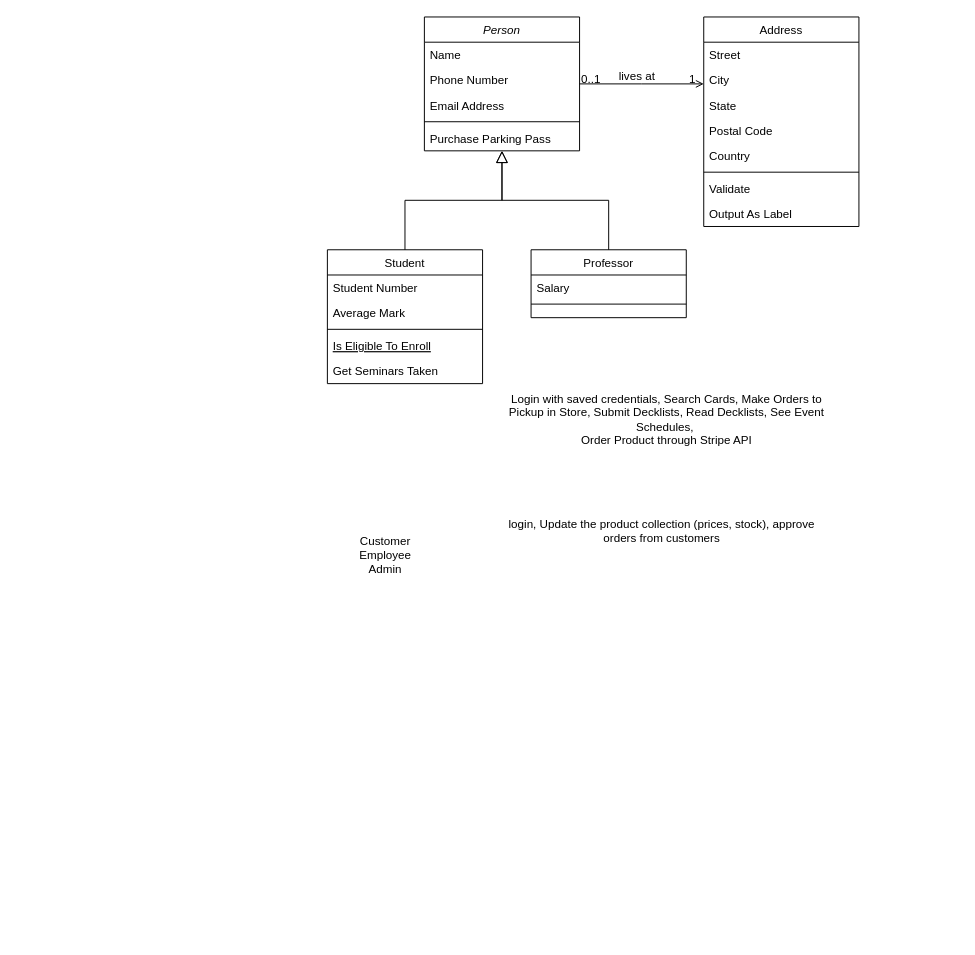
Above: web-api/Untitled Diagram.drawio in rj13371/mtg-web-store (draw.io), before the change. Source tidied: cells renumbered, new cells numbered last; positions are measured from the earlier drawing's top-left corner, leaving out a move shared by most shapes. Both pictures are drawn from the tidied source at 97%, with x=0, y=0 at pixel (307, 16).
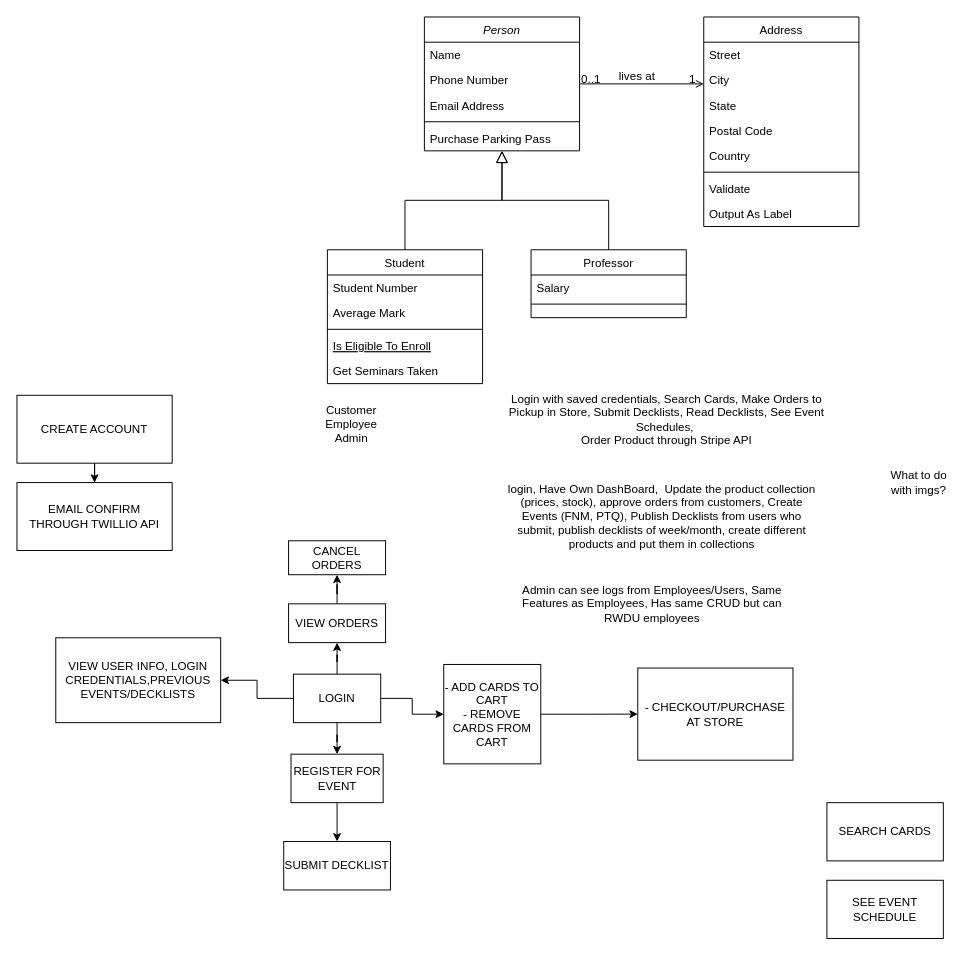
After the change.

The edit, as a diff of the source:
```diff
@@
     <mxCell id="32" value="Customer&lt;br&gt;Employee&lt;br&gt;Admin" style="text;html=1;strokeColor=none;fillColor=none;align=center;verticalAlign=middle;whiteSpace=wrap;rounded=0;" parent="1" vertex="1">
-      <mxGeometry y="480" width="160" height="150" as="geometry" />
+      <mxGeometry x="-10" y="390" width="110" height="60" as="geometry" />
     </mxCell>
@@
-    <mxCell id="34" value="login, Update the product collection (prices, stock), approve orders from customers" style="text;html=1;strokeColor=none;fillColor=none;align=center;verticalAlign=middle;whiteSpace=wrap;rounded=0;" parent="1" vertex="1">
-      <mxGeometry x="200" y="480" width="330" height="100" as="geometry" />
+    <mxCell id="34" value="login, Have Own DashBoard,&amp;nbsp; Update the product collection (prices, stock), approve orders from customers, Create Events (FNM, PTQ), Publish Decklists from users who submit, publish decklists of week/month, create different products and put them in collections" style="text;html=1;strokeColor=none;fillColor=none;align=center;verticalAlign=middle;whiteSpace=wrap;rounded=0;" parent="1" vertex="1">
+      <mxGeometry x="200" y="465" width="330" height="100" as="geometry" />
     </mxCell>
+    <mxCell id="35" value="What to do with imgs?" style="text;html=1;strokeColor=none;fillColor=none;align=center;verticalAlign=middle;whiteSpace=wrap;rounded=0;" parent="1" vertex="1">
+      <mxGeometry x="590" y="440" width="80" height="80" as="geometry" />
+    </mxCell>
+    <mxCell id="36" value="Admin can see logs from Employees/Users, Same Features as Employees, Has same CRUD but can RWDU employees" style="text;html=1;strokeColor=none;fillColor=none;align=center;verticalAlign=middle;whiteSpace=wrap;rounded=0;" parent="1" vertex="1">
+      <mxGeometry x="220" y="565" width="270" height="80" as="geometry" />
+    </mxCell>
+    <mxCell id="37" style="edgeStyle=orthogonalEdgeStyle;rounded=0;jettySize=auto;html=1;" parent="1" edge="1" source="41" target="45">
+      <mxGeometry relative="1" as="geometry" />
+    </mxCell>
+    <mxCell id="38" style="edgeStyle=orthogonalEdgeStyle;rounded=0;jettySize=auto;html=1;" parent="1" edge="1" source="41" target="48">
+      <mxGeometry relative="1" as="geometry" />
+    </mxCell>
+    <mxCell id="39" style="edgeStyle=orthogonalEdgeStyle;rounded=0;jettySize=auto;html=1;" parent="1" edge="1" source="41" target="51">
+      <mxGeometry relative="1" as="geometry" />
+    </mxCell>
+    <mxCell id="40" style="edgeStyle=orthogonalEdgeStyle;rounded=0;jettySize=auto;html=1;" parent="1" edge="1" source="41" target="53">
+      <mxGeometry relative="1" as="geometry" />
+    </mxCell>
+    <mxCell id="41" value="LOGIN" style="rounded=0;whiteSpace=wrap;html=1;direction=west;" parent="1" vertex="1">
+      <mxGeometry x="-15" y="677.5" width="90" height="50" as="geometry" />
+    </mxCell>
+    <mxCell id="42" value="SEARCH CARDS" style="rounded=0;whiteSpace=wrap;html=1;" parent="1" vertex="1">
+      <mxGeometry x="535" y="810" width="120" height="60" as="geometry" />
+    </mxCell>
+    <mxCell id="43" value="SEE EVENT SCHEDULE" style="rounded=0;whiteSpace=wrap;html=1;" parent="1" vertex="1">
+      <mxGeometry x="535" y="890" width="120" height="60" as="geometry" />
+    </mxCell>
+    <mxCell id="44" style="edgeStyle=orthogonalEdgeStyle;rounded=0;jettySize=auto;html=1;" parent="1" edge="1" source="45" target="46">
+      <mxGeometry relative="1" as="geometry" />
+    </mxCell>
+    <mxCell id="45" value="- ADD CARDS TO CART&lt;br&gt;- REMOVE CARDS FROM CART&lt;br&gt;" style="rounded=0;whiteSpace=wrap;html=1;direction=west;" parent="1" vertex="1">
+      <mxGeometry x="140" y="667.5" width="100" height="102.5" as="geometry" />
+    </mxCell>
+    <mxCell id="46" value="- CHECKOUT/PURCHASE AT STORE" style="whiteSpace=wrap;html=1;rounded=0;" parent="1" vertex="1">
+      <mxGeometry x="340" y="671.2" width="160" height="95" as="geometry" />
+    </mxCell>
+    <mxCell id="47" style="edgeStyle=orthogonalEdgeStyle;rounded=0;jettySize=auto;html=1;" parent="1" edge="1" source="48" target="49">
+      <mxGeometry relative="1" as="geometry" />
+    </mxCell>
+    <mxCell id="48" value="REGISTER FOR EVENT" style="rounded=0;whiteSpace=wrap;html=1;direction=west;" parent="1" vertex="1">
+      <mxGeometry x="-17.5" y="760" width="95" height="50" as="geometry" />
+    </mxCell>
+    <mxCell id="49" value="SUBMIT DECKLIST" style="rounded=0;whiteSpace=wrap;html=1;direction=west;" parent="1" vertex="1">
+      <mxGeometry x="-25" y="850" width="110" height="50" as="geometry" />
+    </mxCell>
+    <mxCell id="50" style="edgeStyle=orthogonalEdgeStyle;rounded=0;jettySize=auto;html=1;" parent="1" edge="1" source="51" target="52">
+      <mxGeometry relative="1" as="geometry" />
+    </mxCell>
+    <mxCell id="51" value="VIEW ORDERS" style="rounded=0;whiteSpace=wrap;html=1;direction=west;" parent="1" vertex="1">
+      <mxGeometry x="-20" y="605" width="100" height="40" as="geometry" />
+    </mxCell>
+    <mxCell id="52" value="CANCEL ORDERS" style="whiteSpace=wrap;html=1;rounded=0;" parent="1" vertex="1">
+      <mxGeometry x="-20" y="540" width="100" height="35" as="geometry" />
+    </mxCell>
+    <mxCell id="53" value="VIEW USER INFO, LOGIN CREDENTIALS,PREVIOUS EVENTS/DECKLISTS" style="rounded=0;whiteSpace=wrap;html=1;direction=west;" parent="1" vertex="1">
+      <mxGeometry x="-260" y="640" width="170" height="87.5" as="geometry" />
+    </mxCell>
+    <mxCell id="54" style="edgeStyle=orthogonalEdgeStyle;rounded=0;jettySize=auto;html=1;" parent="1" edge="1" source="55" target="56">
+      <mxGeometry relative="1" as="geometry" />
+    </mxCell>
+    <mxCell id="55" value="CREATE ACCOUNT" style="rounded=0;whiteSpace=wrap;html=1;" parent="1" vertex="1">
+      <mxGeometry x="-300" y="390" width="160" height="70" as="geometry" />
+    </mxCell>
+    <mxCell id="56" value="EMAIL CONFIRM THROUGH TWILLIO API" style="rounded=0;whiteSpace=wrap;html=1;" parent="1" vertex="1">
+      <mxGeometry x="-300" y="480" width="160" height="70" as="geometry" />
+    </mxCell>
```
